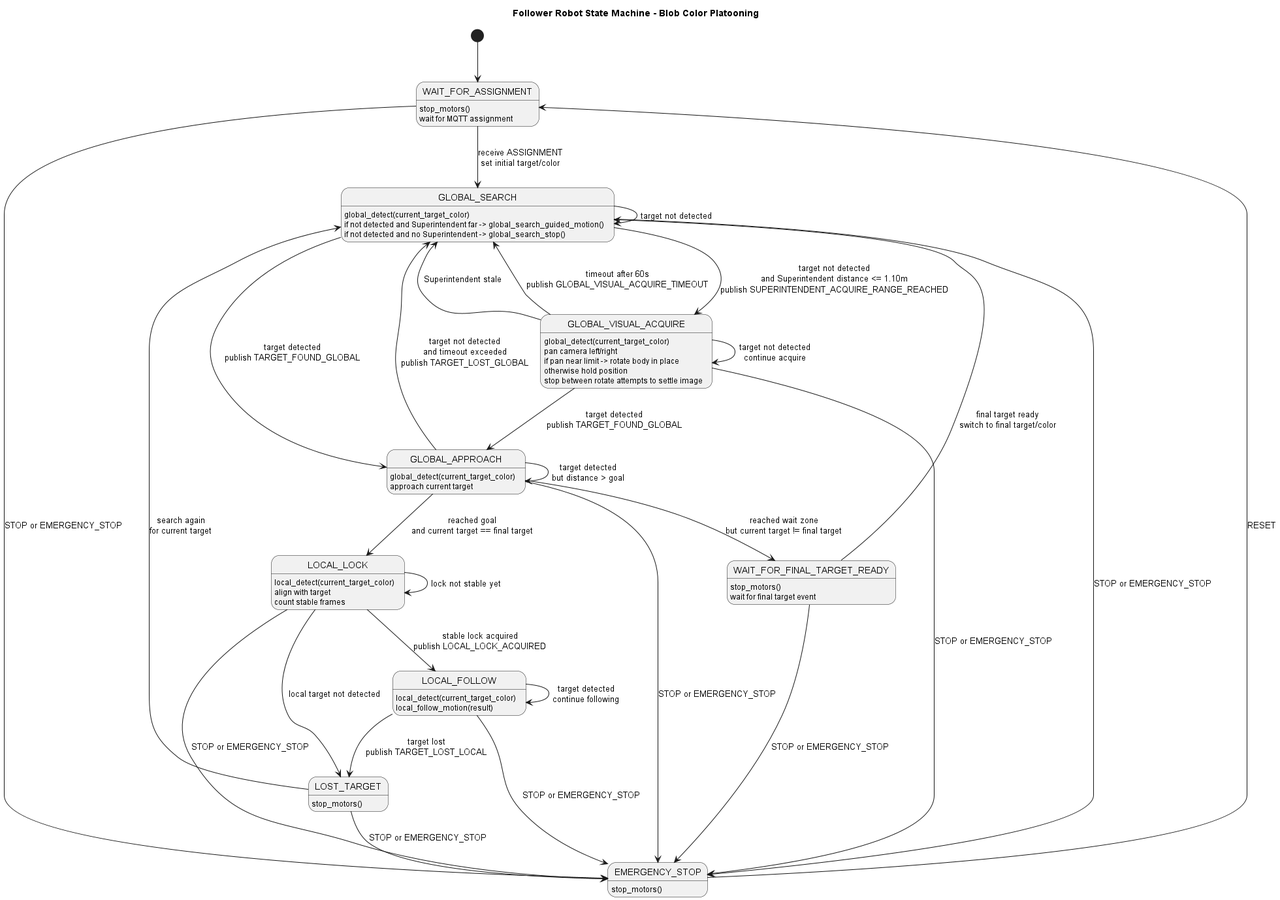
Before: follower/plantuml_state_machine.png, a diagram exported from PlantUML (Miguel477713/Platooning-project).
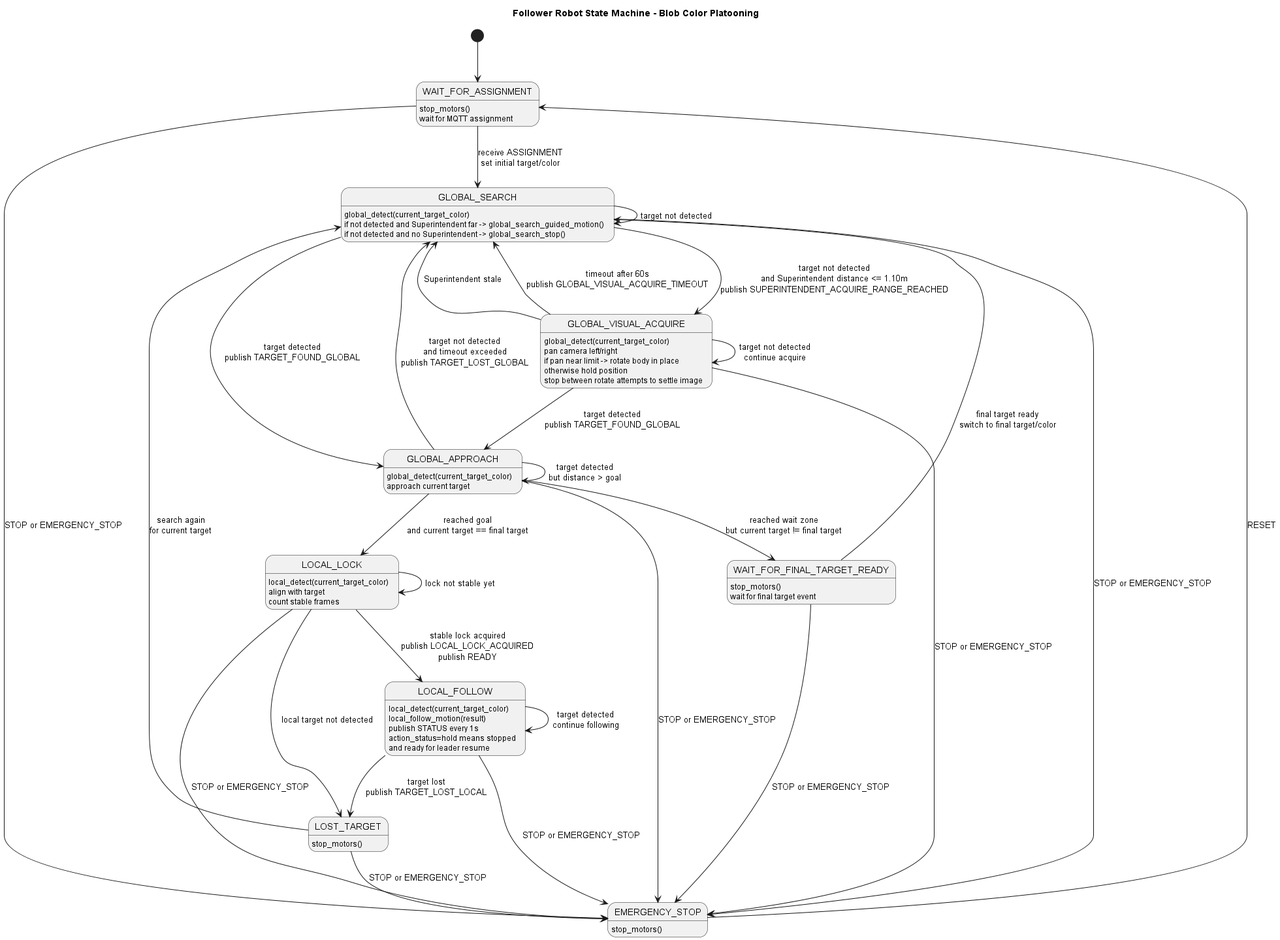
Later version of the same file.

Commit message:
Following is stable, pink color for overhead correction

Change to the diagram source:
```diff
@@ -42,10 +42,12 @@
 LOCAL_LOCK : count stable frames
 LOCAL_LOCK --> LOST_TARGET : local target not detected
 LOCAL_LOCK --> LOCAL_LOCK : lock not stable yet
-LOCAL_LOCK --> LOCAL_FOLLOW : stable lock acquired\npublish LOCAL_LOCK_ACQUIRED
+LOCAL_LOCK --> LOCAL_FOLLOW : stable lock acquired\npublish LOCAL_LOCK_ACQUIRED\npublish READY
 
 LOCAL_FOLLOW : local_detect(current_target_color)
 LOCAL_FOLLOW : local_follow_motion(result)
+LOCAL_FOLLOW : publish STATUS every 1s
+LOCAL_FOLLOW : action_status=hold means stopped\nand ready for leader resume
 LOCAL_FOLLOW --> LOCAL_FOLLOW : target detected\ncontinue following
 LOCAL_FOLLOW --> LOST_TARGET : target lost\npublish TARGET_LOST_LOCAL
 
```
